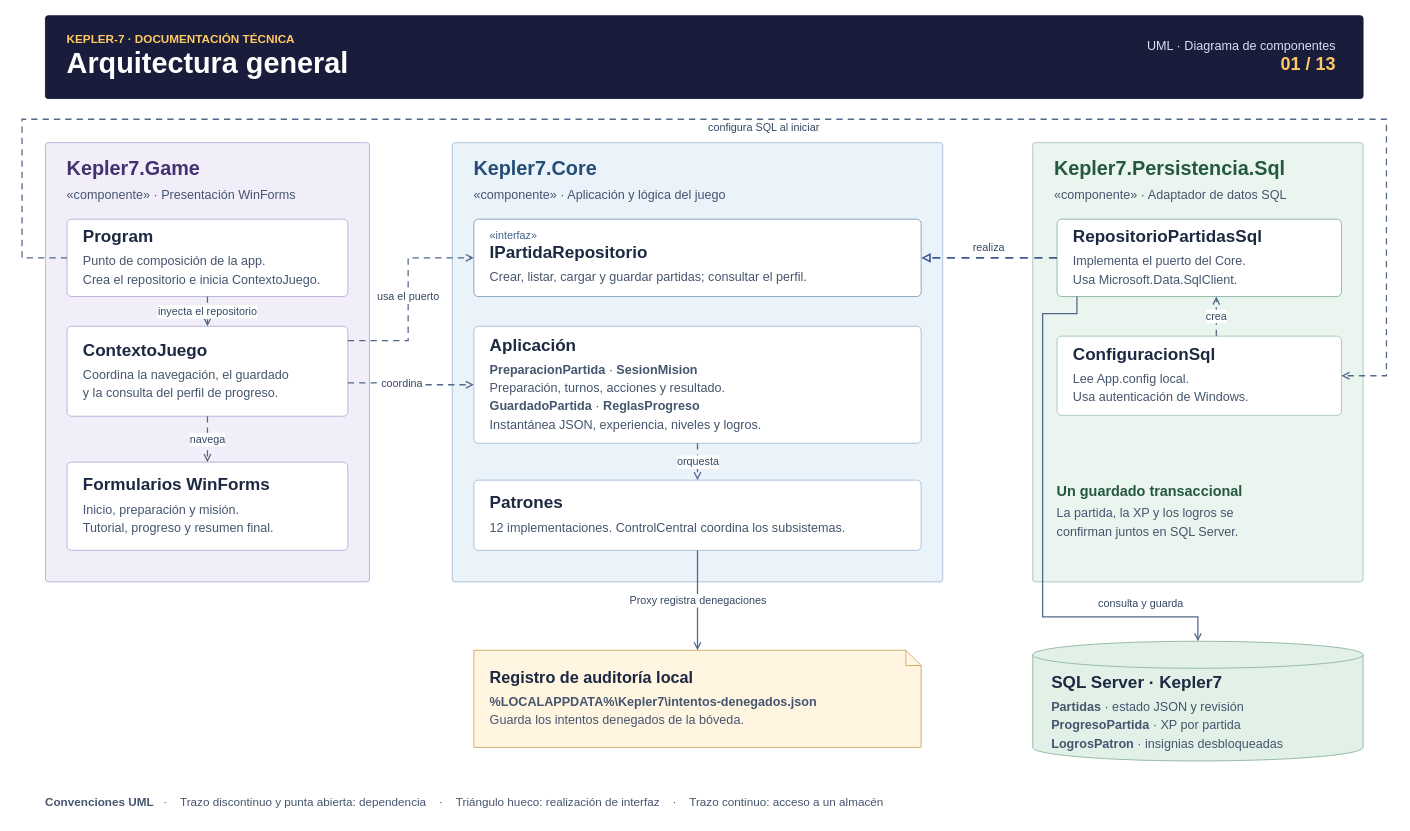
Earlier version of the draw.io diagram diagramas/01-arquitectura-general.drawio (juanNH/kelper_tp). Source tidied: cells renumbered, new cells numbered last; positions are measured from the earlier drawing's top-left corner, leaving out a move shared by most shapes. Both pictures are drawn from the tidied source at 90%, with x=0, y=0 at pixel (22, 15).
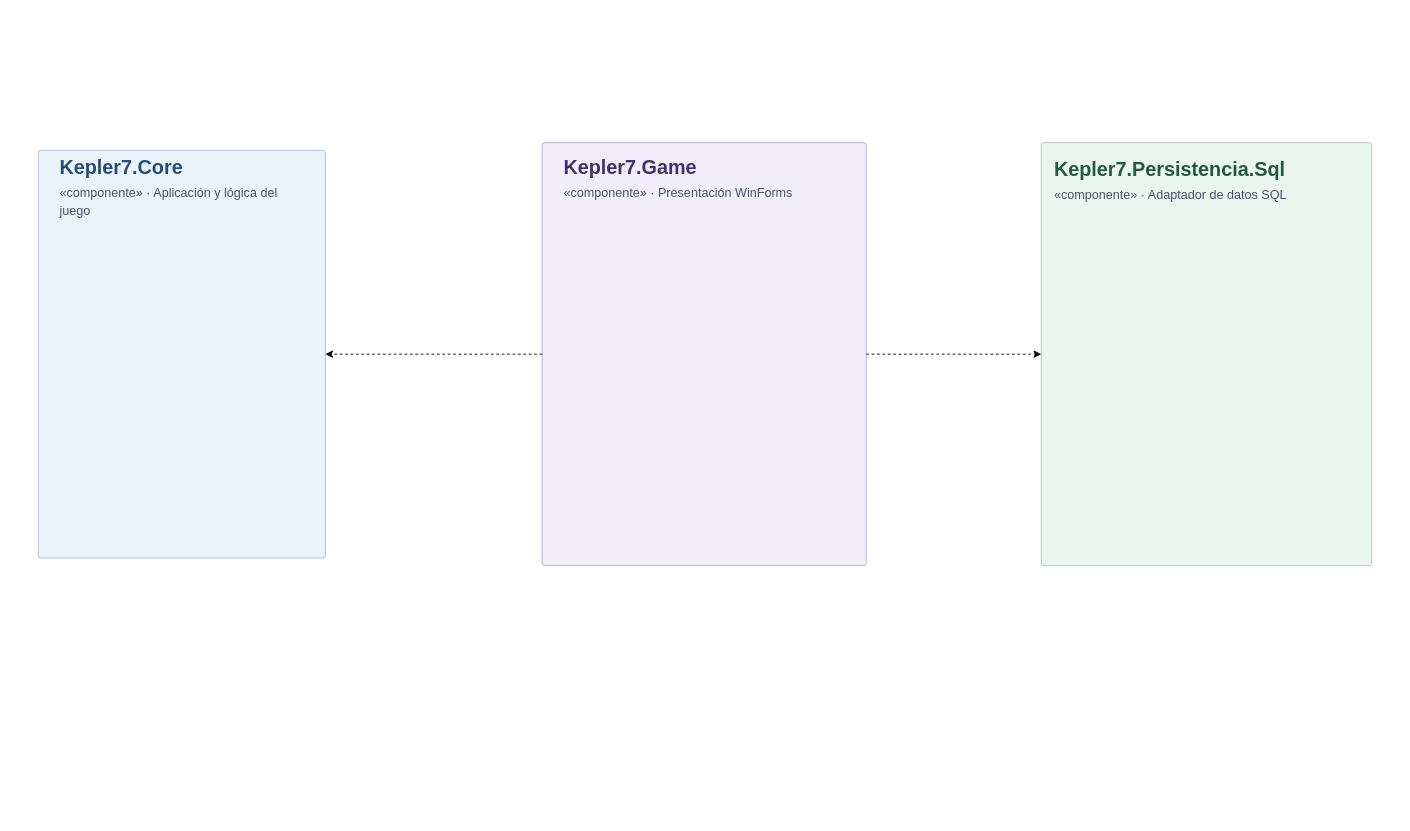
The same page after the edit.

Commit message (it also covers changes not shown here):
ultimos diagramas

Change to the diagram source:
```diff
@@
-    <mxCell id="2" style="rounded=1;arcSize=6;absoluteArcSize=1;html=1;strokeWidth=1;fillColor=#191C3A;strokeColor=#191C3A;" parent="1" vertex="1">
-      <mxGeometry x="26" width="1464" height="92" as="geometry" />
-    </mxCell>
-    <mxCell id="3" value="&lt;div style=&quot;font-size:13px;color:#FFC966;font-weight:bold;&quot;&gt;KEPLER-7  ·  DOCUMENTACIÓN TÉCNICA&lt;/div&gt;&lt;div style=&quot;font-size:32px;color:#FFFFFF;font-weight:bold;&quot;&gt;Arquitectura general&lt;/div&gt;" style="text;html=1;whiteSpace=wrap;strokeColor=none;fillColor=none;align=left;verticalAlign=middle;spacing=0;fontFamily=Arial;" parent="1" vertex="1">
-      <mxGeometry x="50" y="10" width="880" height="69" as="geometry" />
-    </mxCell>
-    <mxCell id="4" value="&lt;div style=&quot;color:#DDDFF8;font-size:14px;&quot;&gt;UML · Diagrama de componentes&lt;/div&gt;&lt;div style=&quot;font-size:20px;color:#FFC966;font-weight:bold;&quot;&gt;01 / 13&lt;/div&gt;" style="text;html=1;whiteSpace=wrap;strokeColor=none;fillColor=none;align=left;verticalAlign=middle;spacing=0;fontFamily=Arial;align=right;" parent="1" vertex="1">
-      <mxGeometry x="1172" y="14" width="288" height="62" as="geometry" />
-    </mxCell>
+    <mxCell id="9" style="rounded=1;arcSize=6;absoluteArcSize=1;html=1;strokeWidth=1;fillColor=#EAF5EF;strokeColor=#A6C6B4;" parent="1" vertex="1">
+      <mxGeometry x="1132.5" y="141" width="367" height="470" as="geometry" />
+    </mxCell>
+    <mxCell id="10" value="&lt;div style=&quot;font-size:22px;color:#255840;font-weight:bold;&quot;&gt;Kepler7.Persistencia.Sql&lt;/div&gt;&lt;div style=&quot;margin-top:5px;color:#45556E;font-size:14px;line-height:1.45;&quot;&gt;«componente» · Adaptador de datos SQL&lt;/div&gt;" style="text;html=1;whiteSpace=wrap;strokeColor=none;fillColor=none;align=left;verticalAlign=middle;spacing=0;fontFamily=Arial;" parent="1" vertex="1">
+      <mxGeometry x="1147" y="153" width="319" height="59" as="geometry" />
+    </mxCell>
+    <mxCell id="34" style="group;" parent="1" vertex="1">
+      <mxGeometry x="18" y="149.5" width="319" height="453" as="geometry" />
+    </mxCell>
+    <mxCell id="7" style="rounded=1;arcSize=6;absoluteArcSize=1;html=1;strokeWidth=1;fillColor=#EAF2FA;strokeColor=#A6BED6;points=[[0,0,1,0,0],[0.25,0,1,0,0],[0.5,0,1,0,0],[0.75,0,1,0,0],[1,0,1,0,0],[0,0.25,1,0,0],[0,0.5,1,0,0],[0,0.75,1,0,0],[1,0.25,1,0,0],[1,0.5,1,0,0],[1,0.75,1,0,0],[0,1,1,0,0],[0.25,1,1,0,0],[0.5,1,1,0,0],[0.75,1,1,0,0],[1,1,1,0,0],[0.513761,0.461066,0,0,0]];" parent="34" vertex="1">
+      <mxGeometry width="319" height="453" as="geometry" />
+    </mxCell>
+    <mxCell id="8" value="&lt;div style=&quot;font-size:22px;color:#254D75;font-weight:bold;&quot;&gt;Kepler7.Core&lt;/div&gt;&lt;div style=&quot;margin-top:5px;color:#45556E;font-size:14px;line-height:1.45;&quot;&gt;«componente» · Aplicación y lógica del juego&lt;/div&gt;" style="text;html=1;whiteSpace=wrap;strokeColor=none;fillColor=none;align=left;verticalAlign=middle;spacing=0;fontFamily=Arial;" parent="34" vertex="1">
+      <mxGeometry x="24" y="12" width="276" height="59" as="geometry" />
+    </mxCell>
+    <mxCell id="35" style="group;" parent="1" vertex="1">
+      <mxGeometry x="578" y="141" width="360" height="470" as="geometry" />
+    </mxCell>
-    <mxCell id="5" style="rounded=1;arcSize=6;absoluteArcSize=1;html=1;strokeWidth=1;fillColor=#F1EEFA;strokeColor=#B8ACD7;" parent="1" vertex="1">
-      <mxGeometry x="26" y="141" width="360" height="488" as="geometry" />
+    <mxCell id="5" style="rounded=1;arcSize=6;absoluteArcSize=1;html=1;strokeWidth=1;fillColor=#F1EEFA;strokeColor=#B8ACD7;" parent="35" vertex="1">
+      <mxGeometry width="360" height="470" as="geometry" />
     </mxCell>
-    <mxCell id="6" value="&lt;div style=&quot;font-size:22px;color:#41326F;font-weight:bold;&quot;&gt;Kepler7.Game&lt;/div&gt;&lt;div style=&quot;margin-top:5px;color:#45556E;font-size:14px;line-height:1.45;&quot;&gt;«componente» · Presentación WinForms&lt;/div&gt;" style="text;html=1;whiteSpace=wrap;strokeColor=none;fillColor=none;align=left;verticalAlign=middle;spacing=0;fontFamily=Arial;" parent="1" vertex="1">
-      <mxGeometry x="50" y="153" width="312" height="59" as="geometry" />
+    <mxCell id="6" value="&lt;div style=&quot;font-size:22px;color:#41326F;font-weight:bold;&quot;&gt;Kepler7.Game&lt;/div&gt;&lt;div style=&quot;margin-top:5px;color:#45556E;font-size:14px;line-height:1.45;&quot;&gt;«componente» · Presentación WinForms&lt;/div&gt;" style="text;html=1;whiteSpace=wrap;strokeColor=none;fillColor=none;align=left;verticalAlign=middle;spacing=0;fontFamily=Arial;" parent="35" vertex="1">
+      <mxGeometry x="24" y="11.6" width="312" height="56.8" as="geometry" />
     </mxCell>
-    <mxCell id="7" style="rounded=1;arcSize=6;absoluteArcSize=1;html=1;strokeWidth=1;fillColor=#EAF2FA;strokeColor=#A6BED6;" parent="1" vertex="1">
-      <mxGeometry x="478" y="141" width="545" height="488" as="geometry" />
-    </mxCell>
-    <mxCell id="8" value="&lt;div style=&quot;font-size:22px;color:#254D75;font-weight:bold;&quot;&gt;Kepler7.Core&lt;/div&gt;&lt;div style=&quot;margin-top:5px;color:#45556E;font-size:14px;line-height:1.45;&quot;&gt;«componente» · Aplicación y lógica del juego&lt;/div&gt;" style="text;html=1;whiteSpace=wrap;strokeColor=none;fillColor=none;align=left;verticalAlign=middle;spacing=0;fontFamily=Arial;" parent="1" vertex="1">
-      <mxGeometry x="502" y="153" width="497" height="59" as="geometry" />
-    </mxCell>
-    <mxCell id="9" style="rounded=1;arcSize=6;absoluteArcSize=1;html=1;strokeWidth=1;fillColor=#EAF5EF;strokeColor=#A6C6B4;" parent="1" vertex="1">
-      <mxGeometry x="1123" y="141" width="367" height="488" as="geometry" />
-    </mxCell>
-    <mxCell id="10" value="&lt;div style=&quot;font-size:22px;color:#255840;font-weight:bold;&quot;&gt;Kepler7.Persistencia.Sql&lt;/div&gt;&lt;div style=&quot;margin-top:5px;color:#45556E;font-size:14px;line-height:1.45;&quot;&gt;«componente» · Adaptador de datos SQL&lt;/div&gt;" style="text;html=1;whiteSpace=wrap;strokeColor=none;fillColor=none;align=left;verticalAlign=middle;spacing=0;fontFamily=Arial;" parent="1" vertex="1">
-      <mxGeometry x="1147" y="153" width="319" height="59" as="geometry" />
-    </mxCell>
-    <mxCell id="11" value="&lt;div style=&quot;font-size:19px;color:#1D2942;font-weight:bold;&quot;&gt;Program&lt;/div&gt;&lt;div style=&quot;margin-top:5px;color:#45556E;font-size:14px;line-height:1.45;&quot;&gt;Punto de composición de la app.&lt;br&gt;Crea el repositorio e inicia ContextoJuego.&lt;/div&gt;" style="rounded=1;arcSize=10;absoluteArcSize=1;whiteSpace=wrap;html=1;align=left;verticalAlign=middle;spacingLeft=16;spacingRight=10;fontFamily=Arial;fillColor=#FFFFFF;strokeWidth=1;strokeColor=#B8ACD7;" parent="1" vertex="1">
-      <mxGeometry x="50" y="226" width="312" height="86" as="geometry" />
-    </mxCell>
-    <mxCell id="12" value="&lt;div style=&quot;font-size:19px;color:#1D2942;font-weight:bold;&quot;&gt;ContextoJuego&lt;/div&gt;&lt;div style=&quot;margin-top:5px;color:#45556E;font-size:14px;line-height:1.45;&quot;&gt;Coordina la navegación, el guardado&lt;br&gt;y la consulta del perfil de progreso.&lt;/div&gt;" style="rounded=1;arcSize=10;absoluteArcSize=1;whiteSpace=wrap;html=1;align=left;verticalAlign=middle;spacingLeft=16;spacingRight=10;fontFamily=Arial;fillColor=#FFFFFF;strokeWidth=1;strokeColor=#B8ACD7;" parent="1" vertex="1">
-      <mxGeometry x="50" y="345" width="312" height="100" as="geometry" />
-    </mxCell>
-    <mxCell id="13" value="&lt;div style=&quot;font-size:19px;color:#1D2942;font-weight:bold;&quot;&gt;Formularios WinForms&lt;/div&gt;&lt;div style=&quot;margin-top:5px;color:#45556E;font-size:14px;line-height:1.45;&quot;&gt;Inicio, preparación y misión.&lt;br&gt;Tutorial, progreso y resumen final.&lt;/div&gt;" style="rounded=1;arcSize=10;absoluteArcSize=1;whiteSpace=wrap;html=1;align=left;verticalAlign=middle;spacingLeft=16;spacingRight=10;fontFamily=Arial;fillColor=#FFFFFF;strokeWidth=1;strokeColor=#B8ACD7;" parent="1" vertex="1">
-      <mxGeometry x="50" y="496" width="312" height="98" as="geometry" />
-    </mxCell>
-    <mxCell id="14" value="&lt;div style=&quot;color:#3B6289;font-size:12px;&quot;&gt;«interfaz»&lt;/div&gt;&lt;div style=&quot;font-size:19px;color:#1D2942;font-weight:bold;&quot;&gt;IPartidaRepositorio&lt;/div&gt;&lt;div style=&quot;margin-top:5px;color:#45556E;font-size:14px;line-height:1.45;&quot;&gt;Crear, listar, cargar y guardar partidas; consultar el perfil.&lt;/div&gt;" style="rounded=1;arcSize=10;absoluteArcSize=1;whiteSpace=wrap;html=1;align=left;verticalAlign=middle;spacingLeft=16;spacingRight=10;fontFamily=Arial;fillColor=#FFFFFF;strokeWidth=1;strokeColor=#7F9CBE;" parent="1" vertex="1">
-      <mxGeometry x="502" y="226" width="497" height="86" as="geometry" />
-    </mxCell>
-    <mxCell id="15" value="&lt;div style=&quot;font-size:19px;color:#1D2942;font-weight:bold;&quot;&gt;Aplicación&lt;/div&gt;&lt;div style=&quot;margin-top:5px;color:#45556E;font-size:14px;line-height:1.45;&quot;&gt;&lt;b&gt;PreparacionPartida&lt;/b&gt; · &lt;b&gt;SesionMision&lt;/b&gt;&lt;br&gt;Preparación, turnos, acciones y resultado.&lt;br&gt;&lt;b&gt;GuardadoPartida&lt;/b&gt; · &lt;b&gt;ReglasProgreso&lt;/b&gt;&lt;br&gt;Instantánea JSON, experiencia, niveles y logros.&lt;/div&gt;" style="rounded=1;arcSize=10;absoluteArcSize=1;whiteSpace=wrap;html=1;align=left;verticalAlign=middle;spacingLeft=16;spacingRight=10;fontFamily=Arial;fillColor=#FFFFFF;strokeWidth=1;strokeColor=#A6BED6;" parent="1" vertex="1">
-      <mxGeometry x="502" y="345" width="497" height="130" as="geometry" />
-    </mxCell>
-    <mxCell id="16" value="&lt;div style=&quot;font-size:19px;color:#1D2942;font-weight:bold;&quot;&gt;Patrones&lt;/div&gt;&lt;div style=&quot;margin-top:5px;color:#45556E;font-size:14px;line-height:1.45;&quot;&gt;12 implementaciones. ControlCentral coordina los subsistemas.&lt;/div&gt;" style="rounded=1;arcSize=10;absoluteArcSize=1;whiteSpace=wrap;html=1;align=left;verticalAlign=middle;spacingLeft=16;spacingRight=10;fontFamily=Arial;fillColor=#FFFFFF;strokeWidth=1;strokeColor=#A6BED6;" parent="1" vertex="1">
-      <mxGeometry x="502" y="516" width="497" height="78" as="geometry" />
-    </mxCell>
-    <mxCell id="17" value="&lt;div style=&quot;font-size:19px;color:#1D2942;font-weight:bold;&quot;&gt;RepositorioPartidasSql&lt;/div&gt;&lt;div style=&quot;margin-top:5px;color:#45556E;font-size:14px;line-height:1.45;&quot;&gt;Implementa el puerto del Core.&lt;br&gt;Usa Microsoft.Data.SqlClient.&lt;/div&gt;" style="rounded=1;arcSize=10;absoluteArcSize=1;whiteSpace=wrap;html=1;align=left;verticalAlign=middle;spacingLeft=16;spacingRight=10;fontFamily=Arial;fillColor=#FFFFFF;strokeWidth=1;strokeColor=#8FB49F;" parent="1" vertex="1">
-      <mxGeometry x="1150" y="226" width="316" height="86" as="geometry" />
-    </mxCell>
-    <mxCell id="18" value="&lt;div style=&quot;font-size:19px;color:#1D2942;font-weight:bold;&quot;&gt;ConfiguracionSql&lt;/div&gt;&lt;div style=&quot;margin-top:5px;color:#45556E;font-size:14px;line-height:1.45;&quot;&gt;Lee App.config local.&lt;br&gt;Usa autenticación de Windows.&lt;/div&gt;" style="rounded=1;arcSize=10;absoluteArcSize=1;whiteSpace=wrap;html=1;align=left;verticalAlign=middle;spacingLeft=16;spacingRight=10;fontFamily=Arial;fillColor=#FFFFFF;strokeWidth=1;strokeColor=#A6C6B4;" parent="1" vertex="1">
-      <mxGeometry x="1150" y="356" width="316" height="88" as="geometry" />
-    </mxCell>
-    <mxCell id="19" value="&lt;div style=&quot;font-size:16px;color:#255840;font-weight:bold;&quot;&gt;Un guardado transaccional&lt;/div&gt;&lt;div style=&quot;margin-top:5px;color:#45556E;font-size:14px;line-height:1.45;&quot;&gt;La partida, la XP y los logros se&lt;br&gt;confirman juntos en SQL Server.&lt;/div&gt;" style="text;html=1;whiteSpace=wrap;strokeColor=none;fillColor=none;align=left;verticalAlign=middle;spacing=0;fontFamily=Arial;" parent="1" vertex="1">
-      <mxGeometry x="1150" y="510" width="316" height="82" as="geometry" />
-    </mxCell>
-    <mxCell id="20" value="&lt;div style=&quot;font-size:18px;color:#1D2942;font-weight:bold;&quot;&gt;Registro de auditoría local&lt;/div&gt;&lt;div style=&quot;margin-top:5px;color:#45556E;font-size:14px;line-height:1.45;&quot;&gt;&lt;b&gt;%LOCALAPPDATA%\Kepler7\intentos-denegados.json&lt;/b&gt;&lt;br&gt;Guarda los intentos denegados de la bóveda.&lt;/div&gt;" style="shape=note;size=17;whiteSpace=wrap;html=1;align=left;verticalAlign=middle;spacingLeft=16;spacingRight=16;fillColor=#FFF5E1;strokeColor=#CCA767;fontFamily=Arial;" parent="1" vertex="1">
-      <mxGeometry x="502" y="705" width="497" height="108" as="geometry" />
-    </mxCell>
-    <mxCell id="21" value="&lt;div style=&quot;font-size:19px;color:#1D2942;font-weight:bold;&quot;&gt;SQL Server · Kepler7&lt;/div&gt;&lt;div style=&quot;margin-top:5px;color:#45556E;font-size:14px;line-height:1.45;&quot;&gt;&lt;b&gt;Partidas&lt;/b&gt; · estado JSON y revisión&lt;br&gt;&lt;b&gt;ProgresoPartida&lt;/b&gt; · XP por partida&lt;br&gt;&lt;b&gt;LogrosPatron&lt;/b&gt; · insignias desbloqueadas&lt;/div&gt;" style="shape=cylinder3;size=15;boundedLbl=1;whiteSpace=wrap;html=1;align=left;verticalAlign=middle;spacingLeft=19;spacingRight=12;fillColor=#E1F1E7;strokeColor=#8FB49F;fontFamily=Arial;" parent="1" vertex="1">
-      <mxGeometry x="1123" y="695" width="367" height="133" as="geometry" />
-    </mxCell>
-    <mxCell id="22" value="consulta y guarda" style="text;html=1;whiteSpace=wrap;strokeColor=none;fillColor=none;align=left;verticalAlign=middle;spacing=0;fontFamily=Arial;align=center;fontColor=#344762;fontSize=12;" parent="1" vertex="1">
-      <mxGeometry x="1168" y="643" width="151" height="22" as="geometry" />
-    </mxCell>
-    <mxCell id="23" value="&lt;div style=&quot;font-size:13px;color:#45556E;&quot;&gt;&lt;b&gt;Convenciones UML&lt;/b&gt;&amp;nbsp;&amp;nbsp; · &amp;nbsp;&amp;nbsp; Trazo discontinuo y punta abierta: dependencia &amp;nbsp;&amp;nbsp; · &amp;nbsp;&amp;nbsp; Triángulo hueco: realización de interfaz &amp;nbsp;&amp;nbsp; · &amp;nbsp;&amp;nbsp; Trazo continuo: acceso a un almacén&lt;/div&gt;" style="text;html=1;whiteSpace=wrap;strokeColor=none;fillColor=none;align=left;verticalAlign=middle;spacing=0;fontFamily=Arial;" parent="1" vertex="1">
-      <mxGeometry x="26" y="858" width="1464" height="30" as="geometry" />
-    </mxCell>
-    <mxCell id="24" value="inyecta el repositorio" style="edgeStyle=orthogonalEdgeStyle;rounded=0;jettySize=auto;html=1;endArrow=open;endFill=0;strokeColor=#526887;strokeWidth=1.4;fontFamily=Arial;fontSize=12;fontColor=#344762;labelBackgroundColor=#FFFFFF;dashed=1;dashPattern=5 4;exitX=0.5;exitY=1;exitDx=0;exitDy=0;entryX=0.5;entryY=0;entryDx=0;entryDy=0;" parent="1" edge="1" source="11" target="12">
-      <mxGeometry relative="1" as="geometry" />
-    </mxCell>
-    <mxCell id="25" value="navega" style="edgeStyle=orthogonalEdgeStyle;rounded=0;jettySize=auto;html=1;endArrow=open;endFill=0;strokeColor=#526887;strokeWidth=1.4;fontFamily=Arial;fontSize=12;fontColor=#344762;labelBackgroundColor=#FFFFFF;dashed=1;dashPattern=5 4;exitX=0.5;exitY=1;exitDx=0;exitDy=0;entryX=0.5;entryY=0;entryDx=0;entryDy=0;" parent="1" edge="1" source="12" target="13">
-      <mxGeometry relative="1" as="geometry" />
-    </mxCell>
-    <mxCell id="26" value="usa el puerto" style="edgeStyle=orthogonalEdgeStyle;rounded=0;jettySize=auto;html=1;endArrow=open;endFill=0;strokeColor=#526887;strokeWidth=1.4;fontFamily=Arial;fontSize=12;fontColor=#344762;labelBackgroundColor=#FFFFFF;dashed=1;dashPattern=5 4;exitX=1;exitY=0.16;exitDx=0;exitDy=0;entryX=0;entryY=0.5;entryDx=0;entryDy=0;" parent="1" edge="1" source="12" target="14">
-      <mxGeometry relative="1" as="geometry">
-        <Array as="points">
-          <mxPoint x="429" y="361" />
-          <mxPoint x="429" y="269" />
-        </Array>
-      </mxGeometry>
-    </mxCell>
-    <mxCell id="27" value="coordina" style="edgeStyle=orthogonalEdgeStyle;rounded=0;jettySize=auto;html=1;endArrow=open;endFill=0;strokeColor=#526887;strokeWidth=1.4;fontFamily=Arial;fontSize=12;fontColor=#344762;labelBackgroundColor=#FFFFFF;dashed=1;dashPattern=5 4;exitX=1;exitY=0.63;exitDx=0;exitDy=0;entryX=0;entryY=0.5;entryDx=0;entryDy=0;" parent="1" edge="1" source="12" target="15">
-      <mxGeometry y="-10" relative="1" as="geometry" />
-    </mxCell>
-    <mxCell id="28" value="realiza" style="edgeStyle=orthogonalEdgeStyle;rounded=0;jettySize=auto;html=1;endArrow=open;endFill=0;strokeColor=#526887;strokeWidth=1.4;fontFamily=Arial;fontSize=12;fontColor=#344762;labelBackgroundColor=#FFFFFF;dashed=1;dashPattern=5 4;endArrow=block;endFill=0;strokeColor=#40588F;strokeWidth=1.8;exitX=0;exitY=0.5;exitDx=0;exitDy=0;entryX=1;entryY=0.5;entryDx=0;entryDy=0;" parent="1" edge="1" source="17" target="14">
-      <mxGeometry y="-11" relative="1" as="geometry" />
-    </mxCell>
-    <mxCell id="29" value="configura SQL al iniciar" style="edgeStyle=orthogonalEdgeStyle;rounded=0;jettySize=auto;html=1;endArrow=open;endFill=0;strokeColor=#526887;strokeWidth=1.4;fontFamily=Arial;fontSize=12;fontColor=#344762;labelBackgroundColor=#FFFFFF;dashed=1;dashPattern=5 4;exitX=0;exitY=0.5;exitDx=0;exitDy=0;entryX=1;entryY=0.5;entryDx=0;entryDy=0;" parent="1" edge="1" source="11" target="18">
-      <mxGeometry y="-9" relative="1" as="geometry">
-        <Array as="points">
-          <mxPoint y="269" />
-          <mxPoint y="115" />
-          <mxPoint x="1516" y="115" />
-          <mxPoint x="1516" y="400" />
-        </Array>
-      </mxGeometry>
-    </mxCell>
-    <mxCell id="30" value="crea" style="edgeStyle=orthogonalEdgeStyle;rounded=0;jettySize=auto;html=1;endArrow=open;endFill=0;strokeColor=#526887;strokeWidth=1.4;fontFamily=Arial;fontSize=12;fontColor=#344762;labelBackgroundColor=#FFFFFF;dashed=1;dashPattern=5 4;exitX=0.56;exitY=0;exitDx=0;exitDy=0;entryX=0.56;entryY=1;entryDx=0;entryDy=0;" parent="1" edge="1" source="18" target="17">
-      <mxGeometry relative="1" as="geometry" />
-    </mxCell>
-    <mxCell id="31" value="orquesta" style="edgeStyle=orthogonalEdgeStyle;rounded=0;jettySize=auto;html=1;endArrow=open;endFill=0;strokeColor=#526887;strokeWidth=1.4;fontFamily=Arial;fontSize=12;fontColor=#344762;labelBackgroundColor=#FFFFFF;dashed=1;dashPattern=5 4;exitX=0.5;exitY=1;exitDx=0;exitDy=0;entryX=0.5;entryY=0;entryDx=0;entryDy=0;" parent="1" edge="1" source="15" target="16">
-      <mxGeometry relative="1" as="geometry" />
-    </mxCell>
-    <mxCell id="32" value="Proxy registra denegaciones" style="edgeStyle=orthogonalEdgeStyle;rounded=0;jettySize=auto;html=1;endArrow=open;endFill=0;strokeColor=#526887;strokeWidth=1.4;fontFamily=Arial;fontSize=12;fontColor=#344762;labelBackgroundColor=#FFFFFF;exitX=0.5;exitY=1;exitDx=0;exitDy=0;entryX=0.5;entryY=0;entryDx=0;entryDy=0;" parent="1" edge="1" source="16" target="20">
-      <mxGeometry relative="1" as="geometry" />
-    </mxCell>
-    <mxCell id="33" style="edgeStyle=orthogonalEdgeStyle;rounded=0;jettySize=auto;html=1;endArrow=open;endFill=0;strokeColor=#526887;strokeWidth=1.4;fontFamily=Arial;fontSize=12;fontColor=#344762;labelBackgroundColor=#FFFFFF;exitX=0.07;exitY=1;exitDx=0;exitDy=0;entryX=0.5;entryY=0;entryDx=0;entryDy=0;" parent="1" edge="1" source="17" target="21">
-      <mxGeometry relative="1" as="geometry">
-        <Array as="points">
-          <mxPoint x="1172" y="331" />
-          <mxPoint x="1134" y="331" />
-          <mxPoint x="1134" y="668" />
-          <mxPoint x="1306" y="668" />
-        </Array>
-      </mxGeometry>
-    </mxCell>
+    <mxCell id="36" style="edgeStyle=orthogonalEdgeStyle;rounded=0;jettySize=auto;html=1;defaultLabelBackgroundColor=page;dashed=1;" parent="1" edge="1" source="5" target="9">
+      <mxGeometry relative="1" as="geometry" />
+    </mxCell>
+    <mxCell id="37" style="edgeStyle=orthogonalEdgeStyle;rounded=0;jettySize=auto;html=1;entryX=1;entryY=0.5;entryDx=0;entryDy=0;defaultLabelBackgroundColor=page;dashed=1;" parent="1" edge="1" source="5" target="7">
+      <mxGeometry relative="1" as="geometry" />
+    </mxCell>
```
